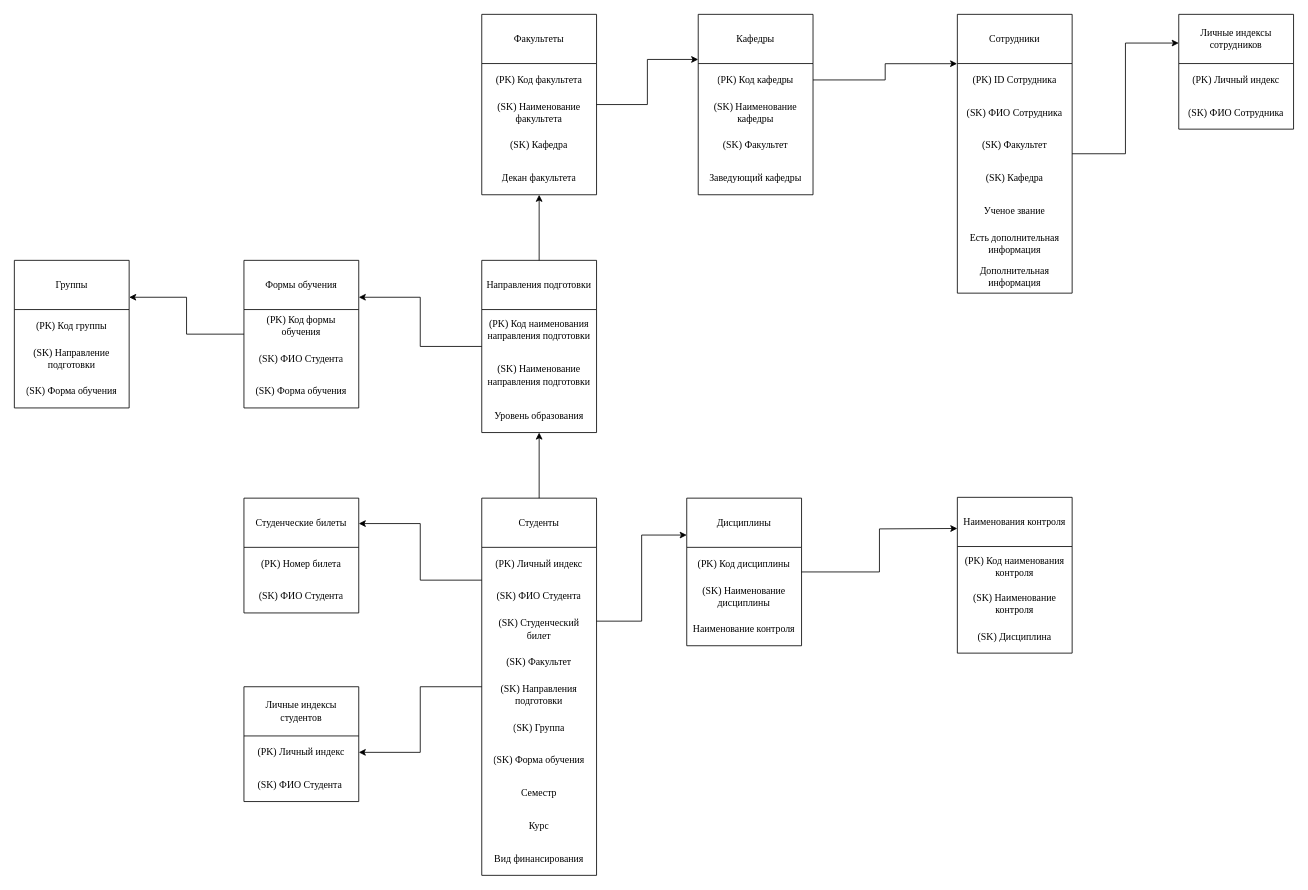
Above: VKR/Диаграмма_классов.drawio in DLordxxx/Practice (draw.io), before the change. Source tidied: cells renumbered, new cells numbered last; positions are measured from the earlier drawing's top-left corner, leaving out a move shared by most shapes. Both pictures are drawn from the tidied source at 82%, with x=0, y=0 at pixel (14, 14).
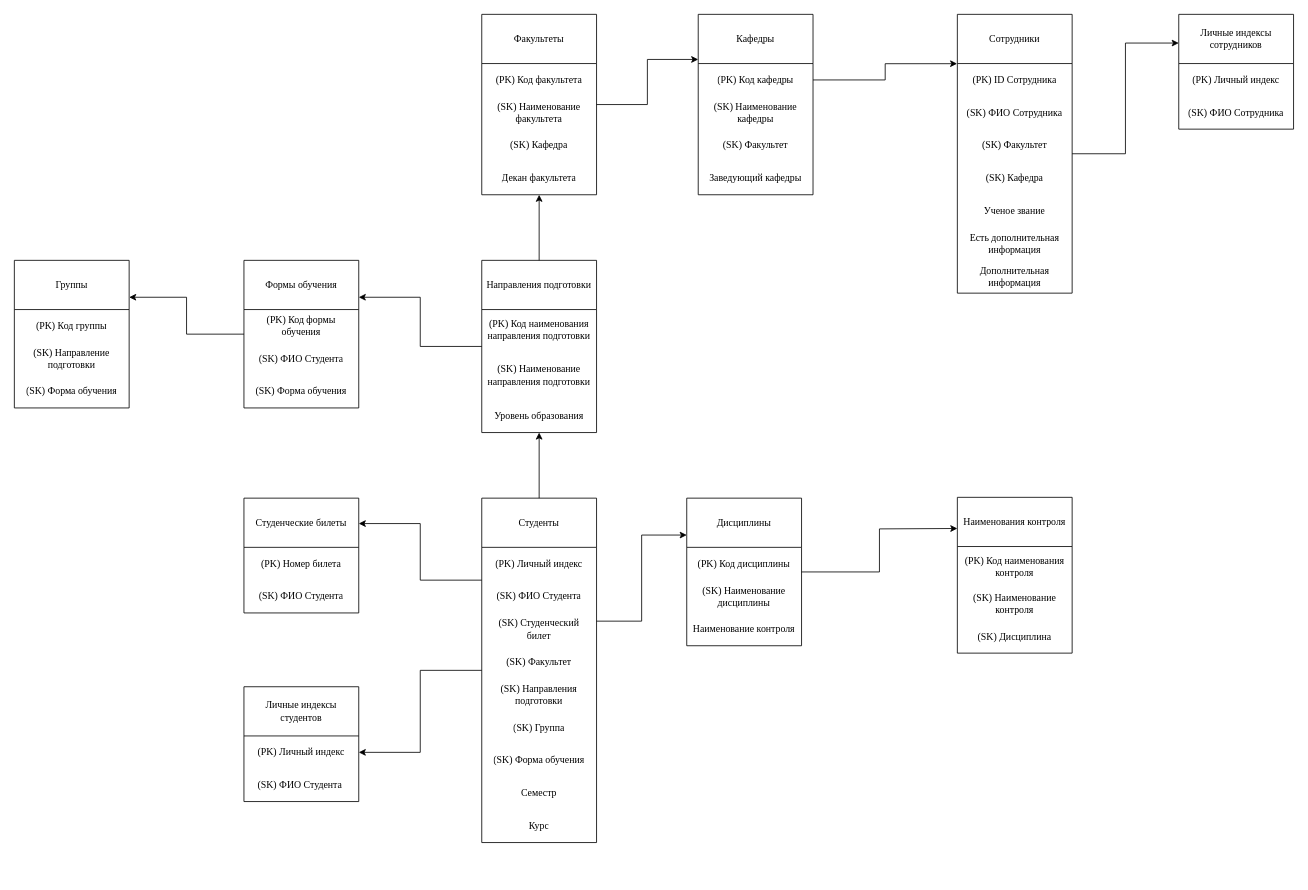
The same diagram, later.

Diff of the diagram source:
```diff
@@
     <mxCell id="8" value="Студенты" style="swimlane;fontStyle=0;horizontal=1;startSize=60;whiteSpace=wrap;html=1;align=center;fontFamily=Times New Roman;fontSize=12;" parent="1" vertex="1">
-      <mxGeometry x="570" y="590" width="140" height="460" as="geometry" />
+      <mxGeometry x="570" y="590" width="140" height="420" as="geometry" />
     </mxCell>
@@
-    <mxCell id="18" value="Вид финансирования" style="text;strokeColor=none;fillColor=none;align=center;verticalAlign=middle;spacingLeft=4;spacingRight=4;overflow=hidden;whiteSpace=wrap;html=1;fontFamily=Times New Roman;fontSize=12;" parent="8" vertex="1">
-      <mxGeometry y="420" width="140" height="40" as="geometry" />
-    </mxCell>
```
